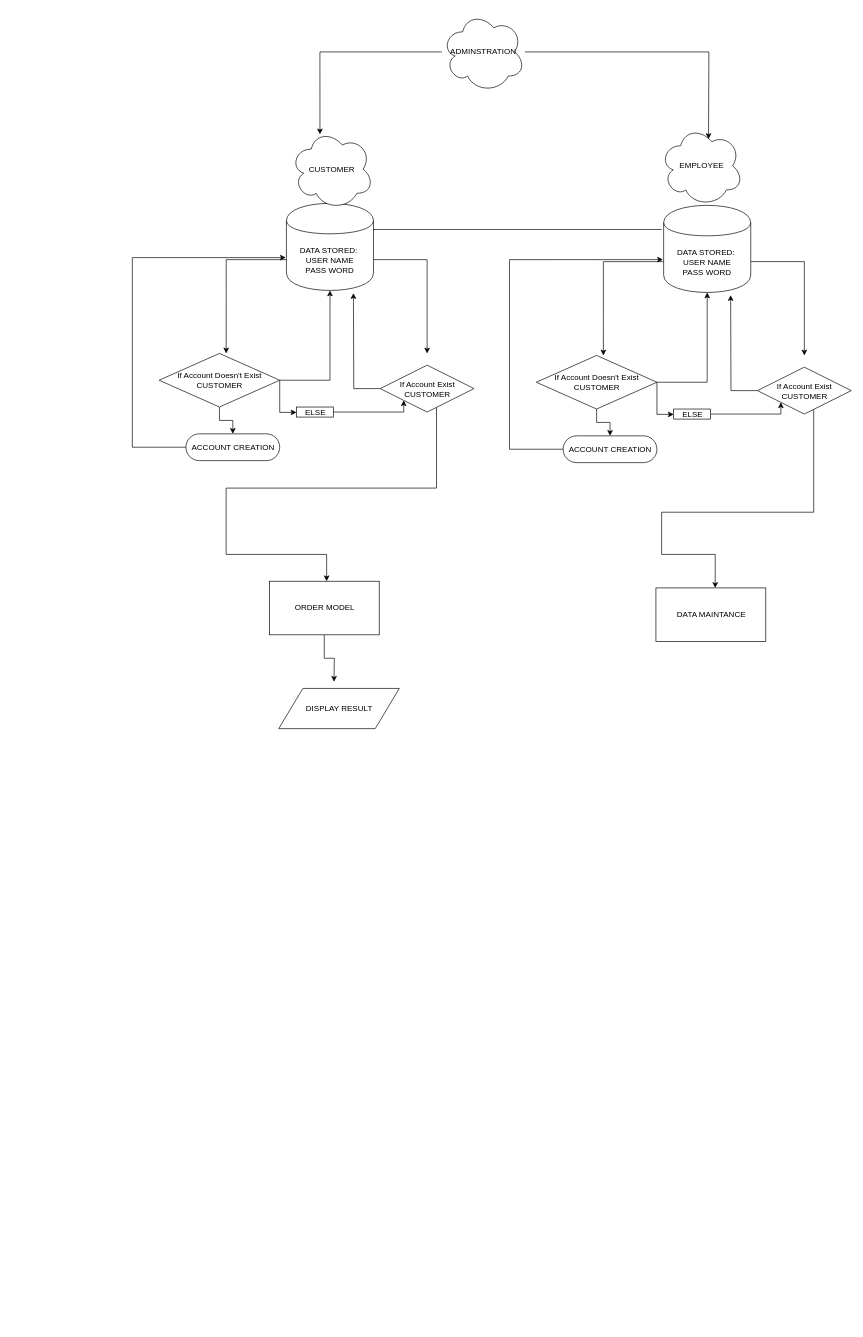
Earlier version of the draw.io diagram DFD.drawio (EthanO/Business-Analysis). Source tidied: cells renumbered, new cells numbered last; positions are measured from the earlier drawing's top-left corner, leaving out a move shared by most shapes. Both pictures are drawn from the tidied source at 67%, with x=0, y=0 at pixel (132, 11).
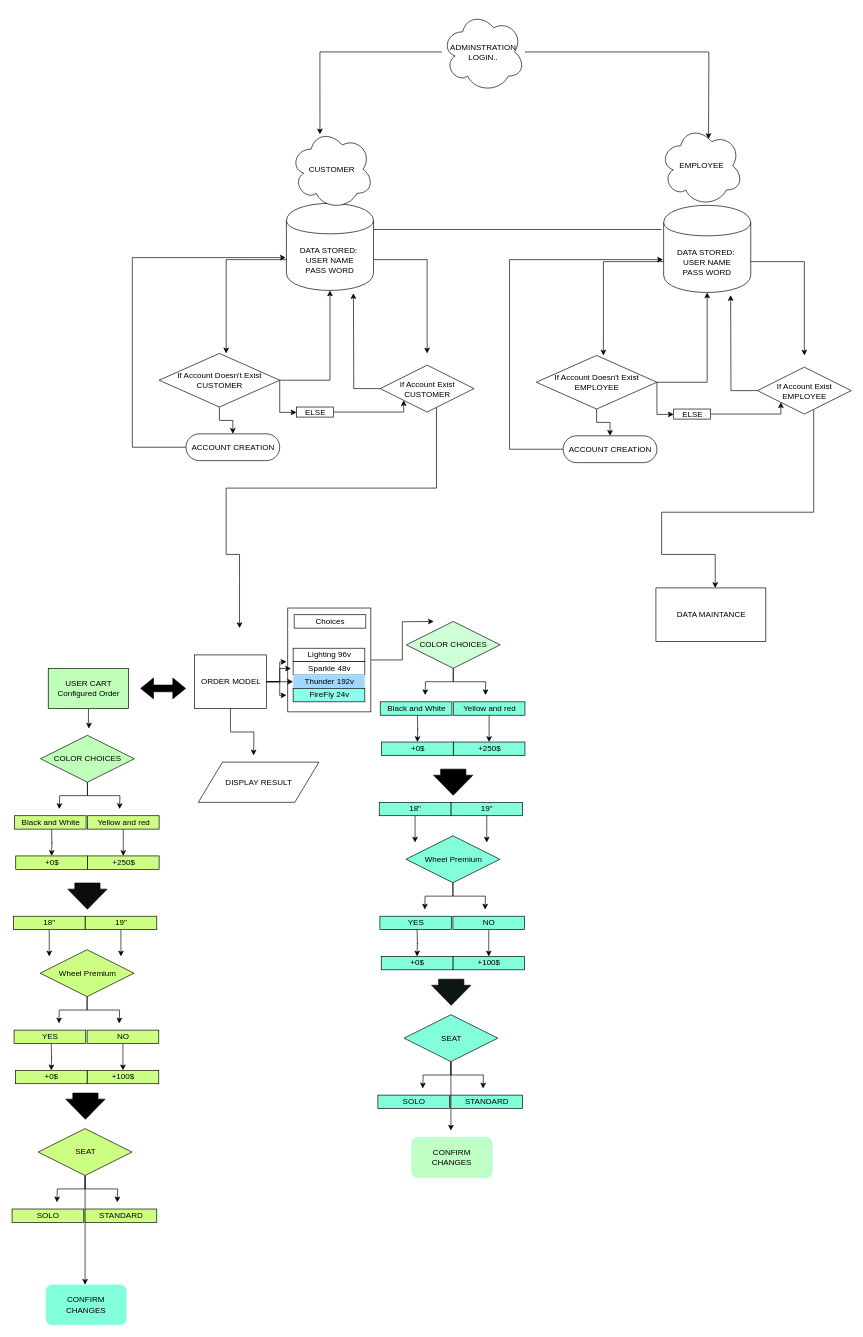
After the change.

Unchanged cells that the change refers to:
```xml
<mxCell id="9" value="If Account Exist&lt;br&gt;CUSTOMER" style="shape=rhombus;html=1;dashed=0;whitespace=wrap;perimeter=rhombusPerimeter;" parent="1" vertex="1">
  <mxGeometry x="370" y="527.5" width="140" height="70" as="geometry" />
</mxCell>
```

The edit, as a diff of the source:
```diff
@@
+    <mxCell id="40" style="edgeStyle=orthogonalEdgeStyle;rounded=0;jettySize=auto;html=1;" parent="1" edge="1" source="41">
+      <mxGeometry relative="1" as="geometry">
+        <mxPoint x="450" y="910" as="targetPoint" />
+      </mxGeometry>
+    </mxCell>
+    <mxCell id="41" style="html=1;dashed=0;whitespace=wrap;" parent="1" vertex="1">
+      <mxGeometry x="232" y="890" width="124" height="155" as="geometry" />
+    </mxCell>
@@
     <mxCell id="8" style="edgeStyle=orthogonalEdgeStyle;rounded=0;jettySize=auto;html=1;" parent="1" edge="1" source="9">
       <mxGeometry relative="1" as="geometry">
-        <mxPoint x="290" y="850" as="targetPoint" />
+        <mxPoint x="160" y="920" as="targetPoint" />
         <Array as="points">
           <mxPoint x="454" y="711" />
           <mxPoint x="140" y="711" />
           <mxPoint x="140" y="810" />
+          <mxPoint x="160" y="810" />
+          <mxPoint x="160" y="850" />
         </Array>
       </mxGeometry>
     </mxCell>
@@
-    <mxCell id="23" value="If Account Exist&lt;br&gt;CUSTOMER" style="shape=rhombus;html=1;dashed=0;whitespace=wrap;perimeter=rhombusPerimeter;" parent="1" vertex="1">
+    <mxCell id="23" value="If Account Exist&lt;br&gt;EMPLOYEE" style="shape=rhombus;html=1;dashed=0;whitespace=wrap;perimeter=rhombusPerimeter;" parent="1" vertex="1">
       <mxGeometry x="933" y="530.5" width="140" height="70" as="geometry" />
     </mxCell>
@@
-    <mxCell id="27" value="If Account Doesn't Exist&lt;br&gt;CUSTOMER" style="shape=rhombus;html=1;dashed=0;whitespace=wrap;perimeter=rhombusPerimeter;" parent="1" vertex="1">
+    <mxCell id="27" value="If Account Doesn't Exist&lt;br&gt;EMPLOYEE" style="shape=rhombus;html=1;dashed=0;whitespace=wrap;perimeter=rhombusPerimeter;" parent="1" vertex="1">
       <mxGeometry x="603" y="513" width="180" height="80" as="geometry" />
     </mxCell>
@@
-    <mxCell id="34" value="ADMINSTRATION" style="shape=cloud;whiteSpace=wrap;html=1;" parent="1" vertex="1">
+    <mxCell id="34" value="ADMINSTRATION&lt;br&gt;LOGIN.." style="shape=cloud;whiteSpace=wrap;html=1;" parent="1" vertex="1">
       <mxGeometry x="462" width="124" height="120" as="geometry" />
     </mxCell>
     <mxCell id="35" style="edgeStyle=orthogonalEdgeStyle;rounded=0;jettySize=auto;html=1;exitX=0.5;exitY=1;exitDx=0;exitDy=0;" parent="1" edge="1" source="36">
       <mxGeometry relative="1" as="geometry">
-        <mxPoint x="301" y="1000" as="targetPoint" />
+        <mxPoint x="181" y="1110" as="targetPoint" />
       </mxGeometry>
     </mxCell>
+    <mxCell id="42" style="edgeStyle=orthogonalEdgeStyle;rounded=0;jettySize=auto;html=1;" parent="1" edge="1" source="36">
+      <mxGeometry relative="1" as="geometry">
+        <mxPoint x="230" y="970" as="targetPoint" />
+      </mxGeometry>
+    </mxCell>
+    <mxCell id="43" style="edgeStyle=orthogonalEdgeStyle;rounded=0;jettySize=auto;html=1;exitX=1;exitY=0.5;exitDx=0;exitDy=0;entryX=-0.03;entryY=0.516;entryDx=0;entryDy=0;entryPerimeter=0;" parent="1" edge="1" source="36" target="47">
+      <mxGeometry relative="1" as="geometry" />
+    </mxCell>
+    <mxCell id="44" style="edgeStyle=orthogonalEdgeStyle;rounded=0;jettySize=auto;html=1;entryX=0;entryY=0.5;entryDx=0;entryDy=0;" parent="1" edge="1" source="36" target="48">
+      <mxGeometry relative="1" as="geometry" />
+    </mxCell>
+    <mxCell id="45" style="edgeStyle=orthogonalEdgeStyle;rounded=0;jettySize=auto;html=1;" parent="1" edge="1" source="36">
+      <mxGeometry relative="1" as="geometry">
+        <mxPoint x="230" y="1020" as="targetPoint" />
+      </mxGeometry>
+    </mxCell>
-    <mxCell id="36" value="ORDER MODEL" style="html=1;dashed=0;whitespace=wrap;" parent="1" vertex="1">
-      <mxGeometry x="204.5" y="850" width="164" height="80" as="geometry" />
+    <mxCell id="36" value="ORDER MODEL&lt;br&gt;" style="html=1;dashed=0;whitespace=wrap;" parent="1" vertex="1">
+      <mxGeometry x="93" y="960" width="107" height="80" as="geometry" />
     </mxCell>
@@
     <mxCell id="38" value="DISPLAY RESULT" style="shape=parallelogram;perimeter=parallelogramPerimeter;whiteSpace=wrap;html=1;dashed=0;" parent="1" vertex="1">
-      <mxGeometry x="218.5" y="1010" width="180" height="60" as="geometry" />
+      <mxGeometry x="98.5" y="1120" width="180" height="60" as="geometry" />
     </mxCell>
@@
+    <mxCell id="46" value="Lighting 96v" style="html=1;dashed=0;whitespace=wrap;" parent="1" vertex="1">
+      <mxGeometry x="240" y="950" width="107" height="20" as="geometry" />
+    </mxCell>
+    <mxCell id="47" value="Sparkle 48v" style="html=1;dashed=0;whitespace=wrap;" parent="1" vertex="1">
+      <mxGeometry x="240" y="970" width="107" height="20" as="geometry" />
+    </mxCell>
+    <mxCell id="48" value="Thunder 192v" style="html=1;dashed=0;whitespace=wrap;fillColor=#A1D6FF;strokeColor=#A8F6FF;" parent="1" vertex="1">
+      <mxGeometry x="240" y="990" width="107" height="20" as="geometry" />
+    </mxCell>
+    <mxCell id="49" value="FireFly 24v" style="html=1;dashed=0;whitespace=wrap;fillColor=#8CFFEC;" parent="1" vertex="1">
+      <mxGeometry x="240" y="1010" width="107" height="20" as="geometry" />
+    </mxCell>
+    <mxCell id="50" style="edgeStyle=orthogonalEdgeStyle;rounded=0;jettySize=auto;html=1;" parent="1" edge="1" source="52">
+      <mxGeometry relative="1" as="geometry">
+        <mxPoint x="437" y="1020" as="targetPoint" />
+      </mxGeometry>
+    </mxCell>
+    <mxCell id="51" style="edgeStyle=orthogonalEdgeStyle;rounded=0;jettySize=auto;html=1;" parent="1" edge="1" source="52">
+      <mxGeometry relative="1" as="geometry">
+        <mxPoint x="527" y="1020" as="targetPoint" />
+      </mxGeometry>
+    </mxCell>
+    <mxCell id="52" value="COLOR CHOICES" style="shape=rhombus;html=1;dashed=0;whitespace=wrap;perimeter=rhombusPerimeter;fillColor=#CFFFD7;" parent="1" vertex="1">
+      <mxGeometry x="409" y="910" width="140" height="70" as="geometry" />
+    </mxCell>
+    <mxCell id="53" value="Black and White" style="html=1;dashed=0;whitespace=wrap;fillColor=#82FFDA;" parent="1" vertex="1">
+      <mxGeometry x="370" y="1030" width="107" height="20" as="geometry" />
+    </mxCell>
+    <mxCell id="54" style="edgeStyle=orthogonalEdgeStyle;rounded=0;jettySize=auto;html=1;fillColor=#82FFDA;" parent="1" edge="1" source="55">
+      <mxGeometry relative="1" as="geometry">
+        <mxPoint x="532.5" y="1090" as="targetPoint" />
+      </mxGeometry>
+    </mxCell>
+    <mxCell id="55" value="Yellow and red" style="html=1;dashed=0;whitespace=wrap;fillColor=#82FFDA;" parent="1" vertex="1">
+      <mxGeometry x="479" y="1030" width="107" height="20" as="geometry" />
+    </mxCell>
+    <mxCell id="56" value="+250$" style="html=1;dashed=0;whitespace=wrap;fillColor=#82FFDA;" parent="1" vertex="1">
+      <mxGeometry x="479" y="1090" width="107" height="20" as="geometry" />
+    </mxCell>
+    <mxCell id="57" style="edgeStyle=orthogonalEdgeStyle;rounded=0;orthogonalLoop=1;jettySize=auto;html=1;fillColor=#82FFDA;" parent="1" edge="1">
+      <mxGeometry relative="1" as="geometry">
+        <mxPoint x="425.5" y="1050" as="sourcePoint" />
+        <mxPoint x="425.5" y="1090" as="targetPoint" />
+      </mxGeometry>
+    </mxCell>
+    <mxCell id="58" value="+0$" style="html=1;dashed=0;whitespace=wrap;fillColor=#82FFDA;" parent="1" vertex="1">
+      <mxGeometry x="372" y="1090" width="107" height="20" as="geometry" />
+    </mxCell>
+    <mxCell id="59" value="Choices" style="html=1;dashed=0;whitespace=wrap;" parent="1" vertex="1">
+      <mxGeometry x="241.5" y="900" width="107" height="20" as="geometry" />
+    </mxCell>
+    <mxCell id="60" style="shape=flexArrow;endArrow=classic;html=1;width=37.64705882352941;endSize=9.647058823529411;fillColor=#000000;" parent="1" edge="1">
+      <mxGeometry relative="1" as="geometry">
+        <mxPoint x="479" y="1130" as="sourcePoint" />
+        <mxPoint x="479" y="1170" as="targetPoint" />
+      </mxGeometry>
+    </mxCell>
+    <mxCell id="61" style="edgeStyle=orthogonalEdgeStyle;rounded=0;jettySize=auto;html=1;fillColor=#82FFDA;" parent="1" edge="1" source="63">
+      <mxGeometry relative="1" as="geometry">
+        <mxPoint x="436.5" y="1340" as="targetPoint" />
+      </mxGeometry>
+    </mxCell>
+    <mxCell id="62" style="edgeStyle=orthogonalEdgeStyle;rounded=0;jettySize=auto;html=1;fillColor=#82FFDA;" parent="1" edge="1" source="63">
+      <mxGeometry relative="1" as="geometry">
+        <mxPoint x="526.5" y="1340" as="targetPoint" />
+      </mxGeometry>
+    </mxCell>
+    <mxCell id="63" value="Wheel Premium" style="shape=rhombus;html=1;dashed=0;whitespace=wrap;perimeter=rhombusPerimeter;fillColor=#82FFDA;" parent="1" vertex="1">
+      <mxGeometry x="408.5" y="1230" width="140" height="70" as="geometry" />
+    </mxCell>
+    <mxCell id="64" value="YES" style="html=1;dashed=0;whitespace=wrap;fillColor=#82FFDA;" parent="1" vertex="1">
+      <mxGeometry x="369.5" y="1350" width="107" height="20" as="geometry" />
+    </mxCell>
+    <mxCell id="65" style="edgeStyle=orthogonalEdgeStyle;rounded=0;jettySize=auto;html=1;fillColor=#82FFDA;" parent="1" edge="1" source="66">
+      <mxGeometry relative="1" as="geometry">
+        <mxPoint x="532" y="1410" as="targetPoint" />
+      </mxGeometry>
+    </mxCell>
+    <mxCell id="66" value="NO" style="html=1;dashed=0;whitespace=wrap;fillColor=#82FFDA;" parent="1" vertex="1">
+      <mxGeometry x="478.5" y="1350" width="107" height="20" as="geometry" />
+    </mxCell>
+    <mxCell id="67" value="+100$" style="html=1;dashed=0;whitespace=wrap;fillColor=#82FFDA;" parent="1" vertex="1">
+      <mxGeometry x="478.5" y="1410" width="107" height="20" as="geometry" />
+    </mxCell>
+    <mxCell id="68" style="edgeStyle=orthogonalEdgeStyle;rounded=0;orthogonalLoop=1;jettySize=auto;html=1;fillColor=#82FFDA;" parent="1" edge="1">
+      <mxGeometry relative="1" as="geometry">
+        <mxPoint x="425" y="1370" as="sourcePoint" />
+        <mxPoint x="425" y="1410" as="targetPoint" />
+      </mxGeometry>
+    </mxCell>
+    <mxCell id="69" value="+0$" style="html=1;dashed=0;whitespace=wrap;fillColor=#82FFDA;" parent="1" vertex="1">
+      <mxGeometry x="371.5" y="1410" width="107" height="20" as="geometry" />
+    </mxCell>
+    <mxCell id="70" style="edgeStyle=orthogonalEdgeStyle;rounded=0;jettySize=auto;html=1;fillColor=#82FFDA;" parent="1" edge="1" source="71">
+      <mxGeometry relative="1" as="geometry">
+        <mxPoint x="529" y="1240" as="targetPoint" />
+      </mxGeometry>
+    </mxCell>
+    <mxCell id="71" value="19&quot;" style="html=1;dashed=0;whitespace=wrap;fillColor=#82FFDA;" parent="1" vertex="1">
+      <mxGeometry x="475.5" y="1180" width="107" height="20" as="geometry" />
+    </mxCell>
+    <mxCell id="72" style="edgeStyle=orthogonalEdgeStyle;rounded=0;jettySize=auto;html=1;fillColor=#82FFDA;" parent="1" edge="1" source="73">
+      <mxGeometry relative="1" as="geometry">
+        <mxPoint x="422" y="1240" as="targetPoint" />
+      </mxGeometry>
+    </mxCell>
+    <mxCell id="73" value="18&quot;" style="html=1;dashed=0;whitespace=wrap;fillColor=#82FFDA;" parent="1" vertex="1">
+      <mxGeometry x="368.5" y="1180" width="107" height="20" as="geometry" />
+    </mxCell>
+    <mxCell id="74" style="edgeStyle=orthogonalEdgeStyle;rounded=0;jettySize=auto;html=1;fillColor=#82FFDA;" parent="1" edge="1" source="77">
+      <mxGeometry relative="1" as="geometry">
+        <mxPoint x="433.5" y="1607" as="targetPoint" />
+      </mxGeometry>
+    </mxCell>
+    <mxCell id="75" style="edgeStyle=orthogonalEdgeStyle;rounded=0;jettySize=auto;html=1;fillColor=#82FFDA;" parent="1" edge="1" source="77">
+      <mxGeometry relative="1" as="geometry">
+        <mxPoint x="523.5" y="1607" as="targetPoint" />
+      </mxGeometry>
+    </mxCell>
+    <mxCell id="76" style="edgeStyle=orthogonalEdgeStyle;rounded=0;jettySize=auto;html=1;fillColor=#82FFDA;" parent="1" edge="1" source="77">
+      <mxGeometry relative="1" as="geometry">
+        <mxPoint x="475.5" y="1670" as="targetPoint" />
+      </mxGeometry>
+    </mxCell>
+    <mxCell id="77" value="SEAT" style="shape=rhombus;html=1;dashed=0;whitespace=wrap;perimeter=rhombusPerimeter;fillColor=#82FFDA;" parent="1" vertex="1">
+      <mxGeometry x="405.5" y="1497" width="140" height="70" as="geometry" />
+    </mxCell>
+    <mxCell id="78" value="SOLO" style="html=1;dashed=0;whitespace=wrap;fillColor=#82FFDA;" parent="1" vertex="1">
+      <mxGeometry x="366.5" y="1617" width="107" height="20" as="geometry" />
+    </mxCell>
+    <mxCell id="79" value="STANDARD" style="html=1;dashed=0;whitespace=wrap;fillColor=#82FFDA;" parent="1" vertex="1">
+      <mxGeometry x="475.5" y="1617" width="107" height="20" as="geometry" />
+    </mxCell>
+    <mxCell id="80" style="shape=flexArrow;endArrow=classic;html=1;width=37.64705882352941;endSize=9.647058823529411;fillColor=#0C1714;" parent="1" edge="1">
+      <mxGeometry relative="1" as="geometry">
+        <mxPoint x="476" y="1443.5" as="sourcePoint" />
+        <mxPoint x="476" y="1483.5" as="targetPoint" />
+      </mxGeometry>
+    </mxCell>
+    <mxCell id="81" style="edgeStyle=orthogonalEdgeStyle;rounded=0;jettySize=auto;html=1;fillColor=#BFFFBA;" parent="1" edge="1" source="82">
+      <mxGeometry relative="1" as="geometry">
+        <mxPoint x="-65" y="1070" as="targetPoint" />
+      </mxGeometry>
+    </mxCell>
+    <mxCell id="82" value="USER CART&lt;br&gt;Configured Order" style="rounded=0;whiteSpace=wrap;html=1;fillColor=#BFFFBA;" parent="1" vertex="1">
+      <mxGeometry x="-125.5" y="980" width="120" height="60" as="geometry" />
+    </mxCell>
+    <mxCell id="83" style="edgeStyle=orthogonalEdgeStyle;rounded=0;jettySize=auto;html=1;" parent="1" edge="1" source="85">
+      <mxGeometry relative="1" as="geometry">
+        <mxPoint x="-109" y="1190" as="targetPoint" />
+      </mxGeometry>
+    </mxCell>
+    <mxCell id="84" style="edgeStyle=orthogonalEdgeStyle;rounded=0;jettySize=auto;html=1;" parent="1" edge="1" source="85">
+      <mxGeometry relative="1" as="geometry">
+        <mxPoint x="-19" y="1190" as="targetPoint" />
+      </mxGeometry>
+    </mxCell>
+    <mxCell id="85" value="COLOR CHOICES" style="shape=rhombus;html=1;dashed=0;whitespace=wrap;perimeter=rhombusPerimeter;fillColor=#BFFFBA;" parent="1" vertex="1">
+      <mxGeometry x="-137" y="1080" width="140" height="70" as="geometry" />
+    </mxCell>
+    <mxCell id="86" value="Black and White" style="html=1;dashed=0;whitespace=wrap;fillColor=#CEFF85;" parent="1" vertex="1">
+      <mxGeometry x="-176" y="1200" width="107" height="20" as="geometry" />
+    </mxCell>
+    <mxCell id="87" style="edgeStyle=orthogonalEdgeStyle;rounded=0;jettySize=auto;html=1;fillColor=#CEFF85;" parent="1" edge="1" source="88">
+      <mxGeometry relative="1" as="geometry">
+        <mxPoint x="-13.5" y="1260" as="targetPoint" />
+      </mxGeometry>
+    </mxCell>
+    <mxCell id="88" value="Yellow and red" style="html=1;dashed=0;whitespace=wrap;fillColor=#CEFF85;" parent="1" vertex="1">
+      <mxGeometry x="-67" y="1200" width="107" height="20" as="geometry" />
+    </mxCell>
+    <mxCell id="89" value="+250$" style="html=1;dashed=0;whitespace=wrap;fillColor=#CEFF85;" parent="1" vertex="1">
+      <mxGeometry x="-67" y="1260" width="107" height="20" as="geometry" />
+    </mxCell>
+    <mxCell id="90" style="edgeStyle=orthogonalEdgeStyle;rounded=0;orthogonalLoop=1;jettySize=auto;html=1;fillColor=#CEFF85;" parent="1" edge="1">
+      <mxGeometry relative="1" as="geometry">
+        <mxPoint x="-120.5" y="1220" as="sourcePoint" />
+        <mxPoint x="-120.5" y="1260" as="targetPoint" />
+      </mxGeometry>
+    </mxCell>
+    <mxCell id="91" value="+0$" style="html=1;dashed=0;whitespace=wrap;fillColor=#CEFF85;" parent="1" vertex="1">
+      <mxGeometry x="-174" y="1260" width="107" height="20" as="geometry" />
+    </mxCell>
+    <mxCell id="92" style="shape=flexArrow;endArrow=classic;html=1;width=37.64705882352941;endSize=9.647058823529411;fillColor=#0D0B0B;" parent="1" edge="1">
+      <mxGeometry relative="1" as="geometry">
+        <mxPoint x="-67" y="1300" as="sourcePoint" />
+        <mxPoint x="-67" y="1340" as="targetPoint" />
+      </mxGeometry>
+    </mxCell>
+    <mxCell id="93" style="edgeStyle=orthogonalEdgeStyle;rounded=0;jettySize=auto;html=1;fillColor=#CEFF85;" parent="1" edge="1" source="95">
+      <mxGeometry relative="1" as="geometry">
+        <mxPoint x="-109.5" y="1510" as="targetPoint" />
+      </mxGeometry>
+    </mxCell>
+    <mxCell id="94" style="edgeStyle=orthogonalEdgeStyle;rounded=0;jettySize=auto;html=1;fillColor=#CEFF85;" parent="1" edge="1" source="95">
+      <mxGeometry relative="1" as="geometry">
+        <mxPoint x="-19.5" y="1510" as="targetPoint" />
+      </mxGeometry>
+    </mxCell>
+    <mxCell id="95" value="Wheel Premium" style="shape=rhombus;html=1;dashed=0;whitespace=wrap;perimeter=rhombusPerimeter;fillColor=#CEFF85;" parent="1" vertex="1">
+      <mxGeometry x="-137.5" y="1400" width="140" height="70" as="geometry" />
+    </mxCell>
+    <mxCell id="96" value="YES" style="html=1;dashed=0;whitespace=wrap;fillColor=#CEFF85;" parent="1" vertex="1">
+      <mxGeometry x="-176.5" y="1520" width="107" height="20" as="geometry" />
+    </mxCell>
+    <mxCell id="97" style="edgeStyle=orthogonalEdgeStyle;rounded=0;jettySize=auto;html=1;fillColor=#CEFF85;" parent="1" edge="1" source="98">
+      <mxGeometry relative="1" as="geometry">
+        <mxPoint x="-14" y="1580" as="targetPoint" />
+      </mxGeometry>
+    </mxCell>
+    <mxCell id="98" value="NO" style="html=1;dashed=0;whitespace=wrap;fillColor=#CEFF85;" parent="1" vertex="1">
+      <mxGeometry x="-67.5" y="1520" width="107" height="20" as="geometry" />
+    </mxCell>
+    <mxCell id="99" value="+100$" style="html=1;dashed=0;whitespace=wrap;fillColor=#CEFF85;" parent="1" vertex="1">
+      <mxGeometry x="-67.5" y="1580" width="107" height="20" as="geometry" />
+    </mxCell>
+    <mxCell id="100" style="edgeStyle=orthogonalEdgeStyle;rounded=0;orthogonalLoop=1;jettySize=auto;html=1;fillColor=#CEFF85;" parent="1" edge="1">
+      <mxGeometry relative="1" as="geometry">
+        <mxPoint x="-121" y="1540" as="sourcePoint" />
+        <mxPoint x="-121" y="1580" as="targetPoint" />
+      </mxGeometry>
+    </mxCell>
+    <mxCell id="101" value="+0$" style="html=1;dashed=0;whitespace=wrap;fillColor=#CEFF85;" parent="1" vertex="1">
+      <mxGeometry x="-174.5" y="1580" width="107" height="20" as="geometry" />
+    </mxCell>
+    <mxCell id="102" style="edgeStyle=orthogonalEdgeStyle;rounded=0;jettySize=auto;html=1;fillColor=#CEFF85;" parent="1" edge="1" source="103">
+      <mxGeometry relative="1" as="geometry">
+        <mxPoint x="-17" y="1410" as="targetPoint" />
+      </mxGeometry>
+    </mxCell>
+    <mxCell id="103" value="19&quot;" style="html=1;dashed=0;whitespace=wrap;fillColor=#CEFF85;" parent="1" vertex="1">
+      <mxGeometry x="-70.5" y="1350" width="107" height="20" as="geometry" />
+    </mxCell>
+    <mxCell id="104" style="edgeStyle=orthogonalEdgeStyle;rounded=0;jettySize=auto;html=1;fillColor=#CEFF85;" parent="1" edge="1" source="105">
+      <mxGeometry relative="1" as="geometry">
+        <mxPoint x="-124" y="1410" as="targetPoint" />
+      </mxGeometry>
+    </mxCell>
+    <mxCell id="105" value="18&quot;" style="html=1;dashed=0;whitespace=wrap;fillColor=#CEFF85;" parent="1" vertex="1">
+      <mxGeometry x="-177.5" y="1350" width="107" height="20" as="geometry" />
+    </mxCell>
+    <mxCell id="106" style="edgeStyle=orthogonalEdgeStyle;rounded=0;jettySize=auto;html=1;fillColor=#CEFF85;" parent="1" edge="1" source="109">
+      <mxGeometry relative="1" as="geometry">
+        <mxPoint x="-112.5" y="1777" as="targetPoint" />
+      </mxGeometry>
+    </mxCell>
+    <mxCell id="107" style="edgeStyle=orthogonalEdgeStyle;rounded=0;jettySize=auto;html=1;fillColor=#CEFF85;" parent="1" edge="1" source="109">
+      <mxGeometry relative="1" as="geometry">
+        <mxPoint x="-22.5" y="1777" as="targetPoint" />
+      </mxGeometry>
+    </mxCell>
+    <mxCell id="108" style="edgeStyle=orthogonalEdgeStyle;rounded=0;jettySize=auto;html=1;fillColor=#82FFDA;" parent="1" edge="1" source="109">
+      <mxGeometry relative="1" as="geometry">
+        <mxPoint x="-70.5" y="1900" as="targetPoint" />
+      </mxGeometry>
+    </mxCell>
+    <mxCell id="109" value="SEAT" style="shape=rhombus;html=1;dashed=0;whitespace=wrap;perimeter=rhombusPerimeter;fillColor=#CEFF85;" parent="1" vertex="1">
+      <mxGeometry x="-140.5" y="1667" width="140" height="70" as="geometry" />
+    </mxCell>
+    <mxCell id="110" value="SOLO" style="html=1;dashed=0;whitespace=wrap;fillColor=#CEFF85;" parent="1" vertex="1">
+      <mxGeometry x="-179.5" y="1787" width="107" height="20" as="geometry" />
+    </mxCell>
+    <mxCell id="111" value="STANDARD" style="html=1;dashed=0;whitespace=wrap;fillColor=#CEFF85;" parent="1" vertex="1">
+      <mxGeometry x="-70.5" y="1787" width="107" height="20" as="geometry" />
+    </mxCell>
+    <mxCell id="112" style="shape=flexArrow;endArrow=classic;html=1;width=37.64705882352941;endSize=9.647058823529411;fillColor=#000000;" parent="1" edge="1">
+      <mxGeometry relative="1" as="geometry">
+        <mxPoint x="-70" y="1613.5" as="sourcePoint" />
+        <mxPoint x="-70" y="1653.5" as="targetPoint" />
+      </mxGeometry>
+    </mxCell>
+    <mxCell id="113" value="CONFIRM CHANGES" style="rounded=1;whiteSpace=wrap;html=1;strokeColor=#A8F6FF;fillColor=#82FFDA;" parent="1" vertex="1">
+      <mxGeometry x="-129" y="1900" width="120" height="60" as="geometry" />
+    </mxCell>
+    <mxCell id="114" value="CONFIRM CHANGES" style="rounded=1;whiteSpace=wrap;html=1;strokeColor=#A8F6FF;fillColor=#BFFFC3;" parent="1" vertex="1">
+      <mxGeometry x="417" y="1680" width="120" height="60" as="geometry" />
+    </mxCell>
+    <mxCell id="115" style="shape=flexArrow;endArrow=classic;startArrow=classic;html=1;fillColor=#000000;" parent="1" edge="1">
+      <mxGeometry relative="1" as="geometry">
+        <mxPoint x="12" y="1010" as="sourcePoint" />
+        <mxPoint x="80" y="1010" as="targetPoint" />
+      </mxGeometry>
+    </mxCell>
```
